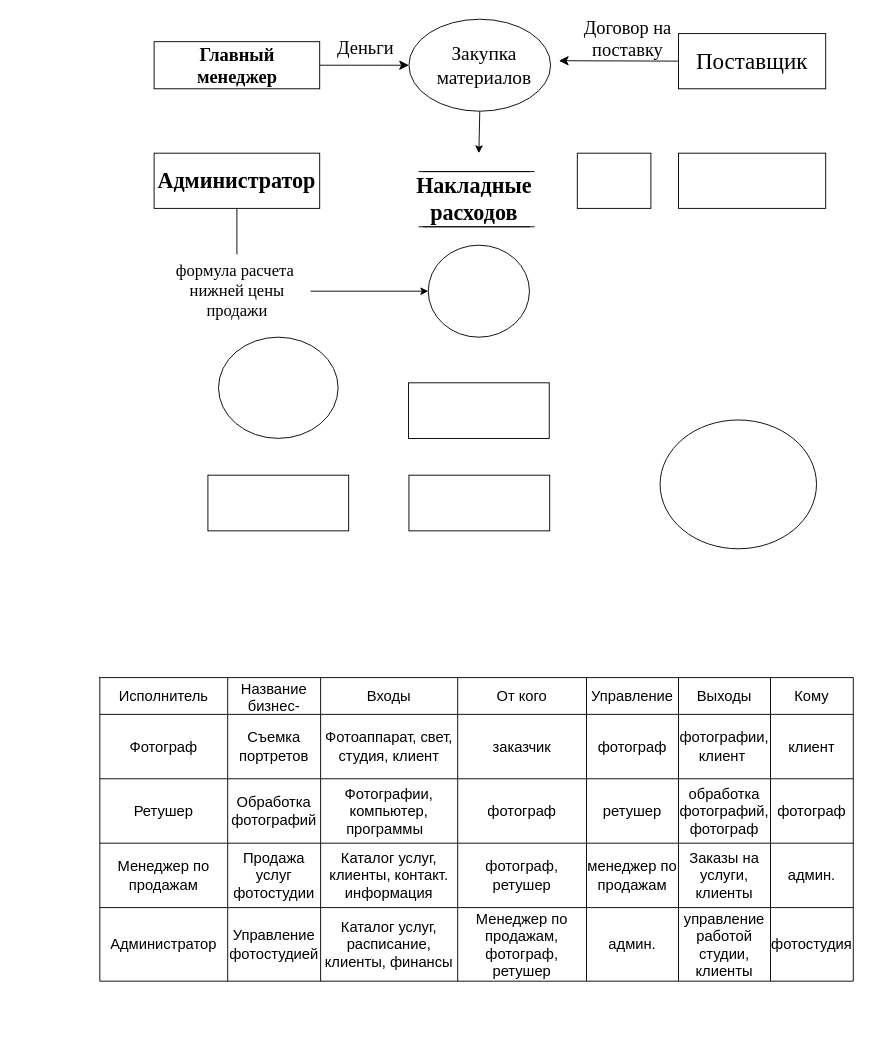
This is Диаграмма без названия.drawio from Antwan228/GitBush, a draw.io file, before an edit. Source tidied: cells renumbered, new cells numbered last; positions are measured from the earlier drawing's top-left corner, leaving out a move shared by most shapes. Both pictures are drawn from the tidied source at 92%, with x=0, y=0 at pixel (99, 18).
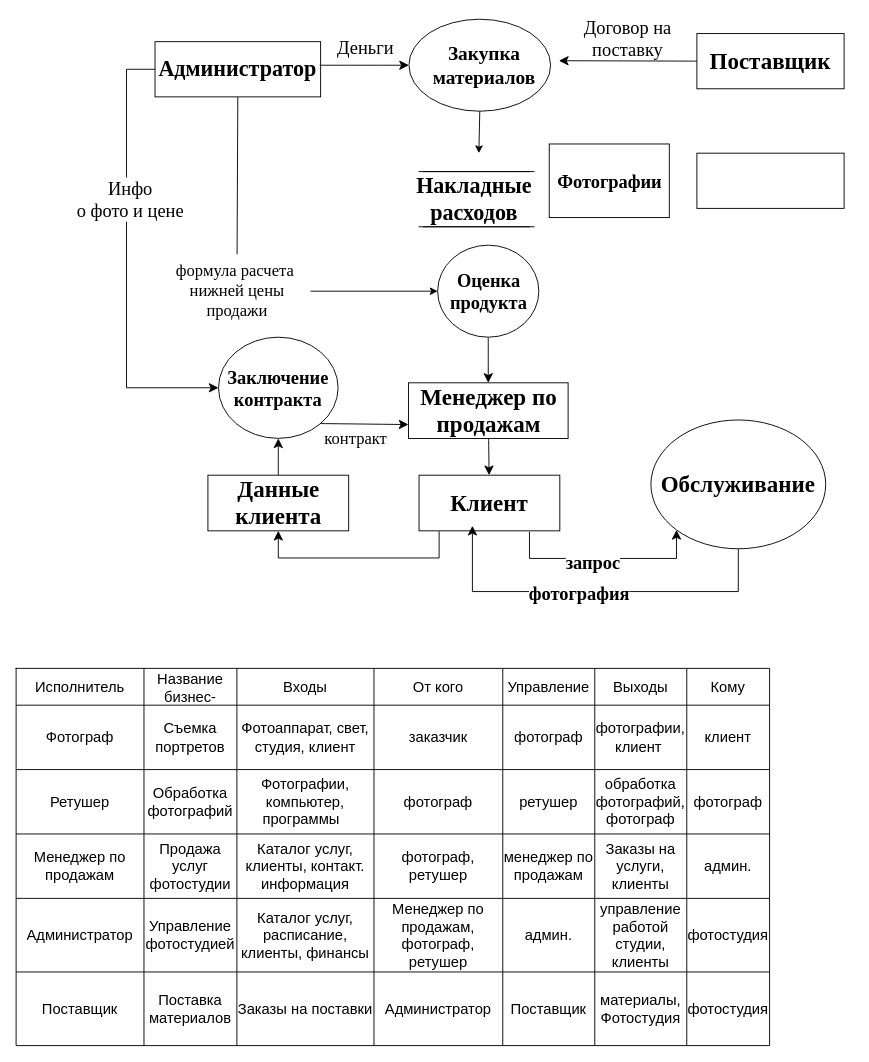
Above is the later version.

The change refers to these unchanged cells:
```xml
<mxCell id="2" style="ellipse;whiteSpace=wrap;html=1;" parent="1" vertex="1">
  <mxGeometry x="336" y="0.4" width="154" height="100" as="geometry" />
</mxCell>
```

Diff of the diagram source:
```diff
@@
-    <mxCell id="3" style="ellipse;whiteSpace=wrap;html=1;" parent="1" vertex="1">
+    <mxCell id="3" value="&lt;font size=&quot;1&quot; face=&quot;Times New Roman&quot; style=&quot;&quot;&gt;&lt;b style=&quot;font-size: 20px;&quot;&gt;Заключение контракта&lt;/b&gt;&lt;/font&gt;" style="ellipse;whiteSpace=wrap;html=1;" parent="1" vertex="1">
       <mxGeometry x="129" y="346" width="130" height="110" as="geometry" />
     </mxCell>
-    <mxCell id="4" style="ellipse;whiteSpace=wrap;html=1;" parent="1" vertex="1">
-      <mxGeometry x="609" y="436" width="170" height="140" as="geometry" />
+    <mxCell id="4" value="&lt;font style=&quot;font-size: 25px;&quot; face=&quot;Times New Roman&quot;&gt;&lt;b&gt;Обслуживание&lt;/b&gt;&lt;/font&gt;" style="ellipse;whiteSpace=wrap;html=1;" parent="1" vertex="1">
+      <mxGeometry x="599" y="436" width="190" height="140" as="geometry" />
     </mxCell>
+    <mxCell id="69" style="edgeStyle=none;curved=1;rounded=0;jettySize=auto;html=1;exitX=0.5;exitY=1;exitDx=0;exitDy=0;fontSize=12;startSize=8;endSize=8;" parent="1" edge="1" source="5" target="12">
+      <mxGeometry relative="1" as="geometry" />
+    </mxCell>
     <mxCell id="5" style="ellipse;whiteSpace=wrap;html=1;" parent="1" vertex="1">
-      <mxGeometry x="357" y="246" width="110" height="100" as="geometry" />
+      <mxGeometry x="367.2" y="246" width="110" height="100" as="geometry" />
     </mxCell>
@@
     <mxCell id="7" style="rounded=0;whiteSpace=wrap;html=1;" parent="1" vertex="1">
-      <mxGeometry x="629" y="16" width="160" height="60" as="geometry" />
+      <mxGeometry x="649" y="16" width="160" height="60" as="geometry" />
     </mxCell>
     <mxCell id="8" style="rounded=0;whiteSpace=wrap;html=1;" parent="1" vertex="1">
-      <mxGeometry x="629" y="146" width="160" height="60" as="geometry" />
+      <mxGeometry x="649" y="146" width="160" height="60" as="geometry" />
     </mxCell>
-    <mxCell id="9" style="rounded=0;whiteSpace=wrap;html=1;" parent="1" vertex="1">
-      <mxGeometry x="336" y="496" width="153" height="60.5" as="geometry" />
+    <mxCell id="9" value="&lt;font style=&quot;font-size: 25px;&quot; face=&quot;Times New Roman&quot;&gt;&lt;b&gt;Клиент&lt;/b&gt;&lt;/font&gt;" style="rounded=0;whiteSpace=wrap;html=1;" parent="1" vertex="1">
+      <mxGeometry x="347" y="496" width="153" height="60.5" as="geometry" />
     </mxCell>
+    <mxCell id="70" style="edgeStyle=none;curved=1;rounded=0;jettySize=auto;html=1;exitX=0.5;exitY=0;exitDx=0;exitDy=0;fontSize=12;startSize=8;endSize=8;" parent="1" edge="1" source="10" target="3">
+      <mxGeometry relative="1" as="geometry" />
+    </mxCell>
-    <mxCell id="10" style="rounded=0;whiteSpace=wrap;html=1;" parent="1" vertex="1">
+    <mxCell id="10" value="&lt;b&gt;&lt;font style=&quot;font-size: 25px;&quot; face=&quot;Times New Roman&quot;&gt;Данные клиента&lt;/font&gt;&lt;/b&gt;" style="rounded=0;whiteSpace=wrap;html=1;" parent="1" vertex="1">
       <mxGeometry x="117.5" y="496" width="153" height="60.5" as="geometry" />
     </mxCell>
-    <mxCell id="11" style="rounded=0;whiteSpace=wrap;html=1;" parent="1" vertex="1">
-      <mxGeometry x="519" y="146" width="80" height="60" as="geometry" />
+    <mxCell id="11" value="&lt;font style=&quot;font-size: 20px;&quot; face=&quot;Times New Roman&quot;&gt;&lt;b&gt;Фотографии&lt;/b&gt;&lt;/font&gt;" style="rounded=0;whiteSpace=wrap;html=1;" parent="1" vertex="1">
+      <mxGeometry x="488.5" y="136" width="130.5" height="80" as="geometry" />
     </mxCell>
+    <mxCell id="71" style="edgeStyle=none;curved=1;rounded=0;jettySize=auto;html=1;fontSize=12;startSize=8;endSize=8;" parent="1" edge="1" source="12" target="9">
+      <mxGeometry relative="1" as="geometry" />
+    </mxCell>
-    <mxCell id="12" style="rounded=0;whiteSpace=wrap;html=1;" parent="1" vertex="1">
-      <mxGeometry x="335.5" y="395.6" width="153" height="60.5" as="geometry" />
+    <mxCell id="12" value="&lt;b&gt;&lt;font style=&quot;font-size: 25px;&quot; face=&quot;Times New Roman&quot;&gt;Менеджер по продажам&lt;/font&gt;&lt;/b&gt;" style="rounded=0;whiteSpace=wrap;html=1;" parent="1" vertex="1">
+      <mxGeometry x="335.5" y="395.6" width="173.5" height="60.5" as="geometry" />
     </mxCell>
-    <mxCell id="13" value="&lt;font style=&quot;font-size: 24px;&quot; face=&quot;Times New Roman&quot;&gt;&lt;b&gt;Администратор&lt;/b&gt;&lt;/font&gt;" style="rounded=0;whiteSpace=wrap;html=1;" parent="1" vertex="1">
-      <mxGeometry x="59" y="146" width="180" height="60" as="geometry" />
-    </mxCell>
@@
-    <mxCell id="19" value="&lt;font style=&quot;font-size: 21px;&quot; face=&quot;Times New Roman&quot;&gt;Закупка материалов&lt;/font&gt;" style="text;html=1;strokeColor=none;fillColor=none;align=center;verticalAlign=middle;whiteSpace=wrap;rounded=0;fontSize=16;" parent="1" vertex="1">
+    <mxCell id="19" value="&lt;font style=&quot;font-size: 21px;&quot; face=&quot;Times New Roman&quot;&gt;&lt;b&gt;Закупка материалов&lt;/b&gt;&lt;/font&gt;" style="text;html=1;strokeColor=none;fillColor=none;align=center;verticalAlign=middle;whiteSpace=wrap;rounded=0;fontSize=16;" parent="1" vertex="1">
       <mxGeometry x="347" y="16" width="142" height="70" as="geometry" />
     </mxCell>
@@
-    <mxCell id="21" value="&lt;font style=&quot;font-size: 25px;&quot; face=&quot;Times New Roman&quot;&gt;Поставщик&lt;/font&gt;" style="text;html=1;strokeColor=none;fillColor=none;align=center;verticalAlign=middle;whiteSpace=wrap;rounded=0;fontSize=16;" parent="1" vertex="1">
-      <mxGeometry x="629" y="27.2" width="160" height="37.5" as="geometry" />
+    <mxCell id="21" value="&lt;font style=&quot;font-size: 25px;&quot; face=&quot;Times New Roman&quot;&gt;&lt;b&gt;Поставщик&lt;/b&gt;&lt;/font&gt;" style="text;html=1;strokeColor=none;fillColor=none;align=center;verticalAlign=middle;whiteSpace=wrap;rounded=0;fontSize=16;" parent="1" vertex="1">
+      <mxGeometry x="649" y="27.2" width="160" height="37.5" as="geometry" />
     </mxCell>
     <mxCell id="22" style="group;" parent="1" vertex="1">
-      <mxGeometry x="59" y="24.8" width="180" height="51.2" as="geometry" />
+      <mxGeometry x="59" y="24.8" width="181" height="60" as="geometry" />
     </mxCell>
-    <mxCell id="23" style="rounded=0;whiteSpace=wrap;html=1;" parent="22" vertex="1">
-      <mxGeometry width="180" height="51.2" as="geometry" />
-    </mxCell>
-    <mxCell id="24" value="&lt;font face=&quot;Times New Roman&quot; style=&quot;font-size: 20px;&quot;&gt;&lt;b&gt;Главный менеджер&lt;/b&gt;&lt;/font&gt;" style="text;html=1;strokeColor=none;fillColor=none;align=center;verticalAlign=middle;whiteSpace=wrap;rounded=0;fontSize=16;" parent="22" vertex="1">
+    <mxCell id="24" value="&lt;br&gt;&lt;font face=&quot;Times New Roman&quot;&gt;&lt;span style=&quot;font-size: 20px;&quot;&gt;&lt;b&gt;&lt;br&gt;&lt;/b&gt;&lt;/span&gt;&lt;/font&gt;" style="text;html=1;strokeColor=none;fillColor=none;align=center;verticalAlign=middle;whiteSpace=wrap;rounded=0;fontSize=16;" parent="22" vertex="1">
       <mxGeometry x="15.5" y="4.3" width="149.1" height="42.7" as="geometry" />
     </mxCell>
+    <mxCell id="13" value="&lt;font style=&quot;font-size: 24px;&quot; face=&quot;Times New Roman&quot;&gt;&lt;b&gt;Администратор&lt;/b&gt;&lt;/font&gt;" style="rounded=0;whiteSpace=wrap;html=1;" parent="22" vertex="1">
+      <mxGeometry x="1" width="180" height="60" as="geometry" />
+    </mxCell>
-    <mxCell id="25" style="edgeStyle=none;curved=1;rounded=0;jettySize=auto;html=1;exitX=1;exitY=0.5;exitDx=0;exitDy=0;entryX=0;entryY=0.5;entryDx=0;entryDy=0;fontSize=12;startSize=8;endSize=8;" parent="1" edge="1" source="23" target="2">
-      <mxGeometry relative="1" as="geometry" />
+    <mxCell id="25" style="edgeStyle=none;curved=1;rounded=0;jettySize=auto;html=1;exitX=1;exitY=0.5;exitDx=0;exitDy=0;entryX=0;entryY=0.5;entryDx=0;entryDy=0;fontSize=12;startSize=8;endSize=8;" parent="1" edge="1" target="2">
+      <mxGeometry relative="1" as="geometry">
+        <mxPoint x="239" y="50.4" as="sourcePoint" />
+      </mxGeometry>
     </mxCell>
@@
     <mxCell id="28" style="shape=table;startSize=0;childLayout=tableLayout;fontSize=16;" parent="1" vertex="1">
-      <mxGeometry y="716" width="819" height="330" as="geometry" />
+      <mxGeometry x="-91" y="706" width="819" height="410" as="geometry" />
     </mxCell>
@@
+    <mxCell id="72" style="shape=tableRow;horizontal=0;startSize=0;swimlaneHead=0;swimlaneBody=0;strokeColor=inherit;top=0;left=0;bottom=0;right=0;fillColor=none;fontSize=16;" parent="28" vertex="1">
+      <mxGeometry y="330" width="819" height="80" as="geometry" />
+    </mxCell>
+    <mxCell id="73" value="Поставщик" style="shape=partialRectangle;html=1;whiteSpace=wrap;strokeColor=inherit;overflow=hidden;fillColor=none;top=0;left=0;bottom=0;right=0;fontSize=16;" parent="72" vertex="1">
+      <mxGeometry width="139" height="80" as="geometry" />
+    </mxCell>
+    <mxCell id="74" value="Поставка материалов" style="shape=partialRectangle;html=1;whiteSpace=wrap;strokeColor=inherit;overflow=hidden;fillColor=none;top=0;left=0;bottom=0;right=0;fontSize=16;" parent="72" vertex="1">
+      <mxGeometry x="139" width="101" height="80" as="geometry" />
+    </mxCell>
+    <mxCell id="75" value="Заказы на поставки" style="shape=partialRectangle;html=1;whiteSpace=wrap;strokeColor=inherit;overflow=hidden;fillColor=none;top=0;left=0;bottom=0;right=0;fontSize=16;" parent="72" vertex="1">
+      <mxGeometry x="240" width="149" height="80" as="geometry" />
+    </mxCell>
+    <mxCell id="76" value="Администратор" style="shape=partialRectangle;html=1;whiteSpace=wrap;strokeColor=inherit;overflow=hidden;fillColor=none;top=0;left=0;bottom=0;right=0;fontSize=16;" parent="72" vertex="1">
+      <mxGeometry x="389" width="140" height="80" as="geometry" />
+    </mxCell>
+    <mxCell id="77" value="Поставщик" style="shape=partialRectangle;html=1;whiteSpace=wrap;strokeColor=inherit;overflow=hidden;fillColor=none;top=0;left=0;bottom=0;right=0;fontSize=16;" parent="72" vertex="1">
+      <mxGeometry x="529" width="100" height="80" as="geometry" />
+    </mxCell>
+    <mxCell id="78" value="материалы,&lt;br&gt;Фотостудия" style="shape=partialRectangle;html=1;whiteSpace=wrap;strokeColor=inherit;overflow=hidden;fillColor=none;top=0;left=0;bottom=0;right=0;fontSize=16;" parent="72" vertex="1">
+      <mxGeometry x="629" width="100" height="80" as="geometry" />
+    </mxCell>
+    <mxCell id="79" value="фотостудия" style="shape=partialRectangle;html=1;whiteSpace=wrap;strokeColor=inherit;overflow=hidden;fillColor=none;top=0;left=0;bottom=0;right=0;fontSize=16;" parent="72" vertex="1">
+      <mxGeometry x="729" width="90" height="80" as="geometry" />
+    </mxCell>
+    <mxCell id="80" value="&lt;b&gt;&lt;font style=&quot;font-size: 20px;&quot; face=&quot;Times New Roman&quot;&gt;Оценка продукта&lt;/font&gt;&lt;/b&gt;" style="text;html=1;strokeColor=none;fillColor=none;align=center;verticalAlign=middle;whiteSpace=wrap;rounded=0;fontSize=16;" parent="1" vertex="1">
+      <mxGeometry x="379.5" y="278.5" width="85.5" height="35" as="geometry" />
+    </mxCell>
+    <mxCell id="81" style="edgeStyle=elbowEdgeStyle;elbow=vertical;endArrow=classic;html=1;curved=0;rounded=0;endSize=8;startSize=8;fontSize=12;exitX=0;exitY=0.5;exitDx=0;exitDy=0;" parent="1" edge="1" source="13" target="3">
+      <mxGeometry relative="1" as="geometry">
+        <Array as="points">
+          <mxPoint x="29" y="326" />
+        </Array>
+      </mxGeometry>
+    </mxCell>
+    <mxCell id="82" value="&lt;font style=&quot;font-size: 20px;&quot; face=&quot;Times New Roman&quot;&gt;Инфо &lt;br&gt;о&amp;nbsp;фото и цене&lt;/font&gt;" style="edgeLabel;html=1;align=center;verticalAlign=middle;fontSize=16;" parent="81" vertex="1">
+      <mxGeometry x="-0.1" y="3" relative="1" as="geometry">
+        <mxPoint y="-43" as="offset" />
+      </mxGeometry>
+    </mxCell>
+    <mxCell id="83" style="endArrow=classic;html=1;rounded=0;fontSize=12;startSize=8;endSize=8;curved=1;entryX=0;entryY=0.75;entryDx=0;entryDy=0;exitX=1;exitY=1;exitDx=0;exitDy=0;" parent="1" edge="1" source="3" target="12">
+      <mxGeometry relative="1" as="geometry" />
+    </mxCell>
+    <mxCell id="84" value="&lt;font style=&quot;font-size: 18px;&quot; face=&quot;Times New Roman&quot;&gt;контракт&lt;/font&gt;" style="edgeLabel;html=1;align=center;verticalAlign=middle;fontSize=16;" parent="83" vertex="1">
+      <mxGeometry x="-0.2" y="-4" relative="1" as="geometry">
+        <mxPoint y="12" as="offset" />
+      </mxGeometry>
+    </mxCell>
+    <mxCell id="85" style="edgeStyle=elbowEdgeStyle;elbow=vertical;endArrow=classic;html=1;curved=0;rounded=0;endSize=8;startSize=8;fontSize=12;exitX=0.6;exitY=1.009;exitDx=0;exitDy=0;exitPerimeter=0;entryX=0.5;entryY=1;entryDx=0;entryDy=0;" parent="1" edge="1" target="10">
+      <mxGeometry relative="1" as="geometry">
+        <mxPoint x="368.8" y="557" as="sourcePoint" />
+        <Array as="points">
+          <mxPoint x="259" y="586" />
+        </Array>
+      </mxGeometry>
+    </mxCell>
+    <mxCell id="86" style="edgeStyle=elbowEdgeStyle;elbow=vertical;endArrow=classic;html=1;curved=0;rounded=0;endSize=8;startSize=8;fontSize=12;exitX=0.6;exitY=1.009;exitDx=0;exitDy=0;exitPerimeter=0;entryX=0;entryY=1;entryDx=0;entryDy=0;" parent="1" edge="1" target="4">
+      <mxGeometry relative="1" as="geometry">
+        <mxPoint x="467" y="557.4" as="sourcePoint" />
+        <Array as="points">
+          <mxPoint x="357.2" y="586.5" />
+        </Array>
+      </mxGeometry>
+    </mxCell>
+    <mxCell id="87" value="&lt;font style=&quot;font-size: 20px;&quot; face=&quot;Times New Roman&quot;&gt;&lt;b&gt;запрос&lt;/b&gt;&lt;/font&gt;" style="edgeLabel;html=1;align=center;verticalAlign=middle;fontSize=16;" parent="86" vertex="1">
+      <mxGeometry x="-0.11" y="-4" relative="1" as="geometry" />
+    </mxCell>
+    <mxCell id="88" style="edgeStyle=elbowEdgeStyle;elbow=vertical;endArrow=classic;html=1;curved=0;rounded=0;endSize=8;startSize=8;fontSize=12;exitX=0.5;exitY=1;exitDx=0;exitDy=0;entryX=0.453;entryY=0.968;entryDx=0;entryDy=0;entryPerimeter=0;" parent="1" edge="1" source="4">
+      <mxGeometry relative="1" as="geometry">
+        <mxPoint x="405" y="551" as="targetPoint" />
+        <Array as="points">
+          <mxPoint x="557.7" y="622.5" />
+        </Array>
+      </mxGeometry>
+    </mxCell>
+    <mxCell id="89" value="&lt;font size=&quot;1&quot; style=&quot;&quot; face=&quot;Times New Roman&quot;&gt;&lt;b style=&quot;font-size: 20px;&quot;&gt;фотография&lt;/b&gt;&lt;/font&gt;" style="edgeLabel;html=1;align=center;verticalAlign=middle;fontSize=16;" parent="88" vertex="1">
+      <mxGeometry x="-0.24" y="1" relative="1" as="geometry">
+        <mxPoint x="-65" as="offset" />
+      </mxGeometry>
+    </mxCell>
```
